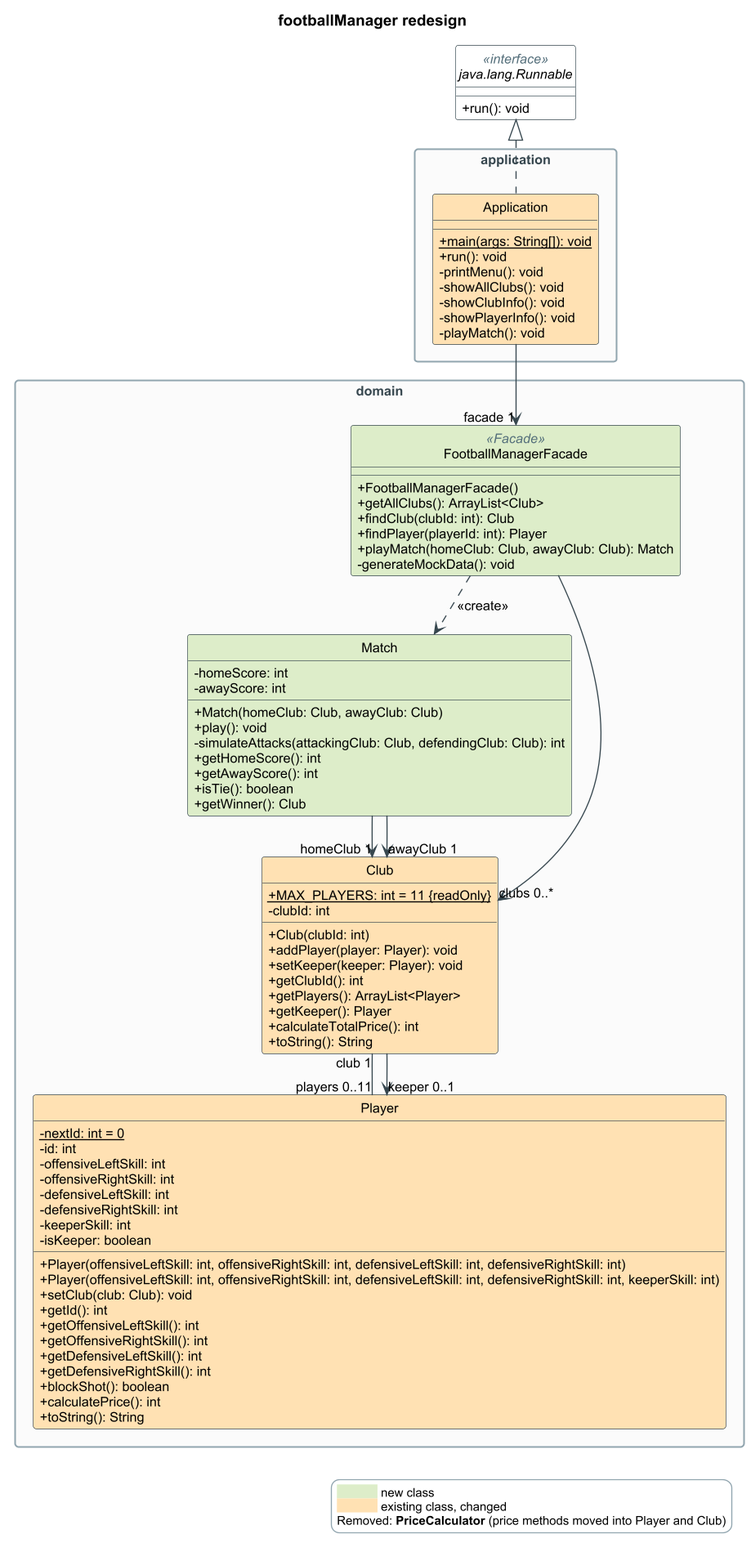
Before: week6/assignment3/diagrams/footballManager-redesign.png, a diagram exported from PlantUML (RokasPazera/system-design).
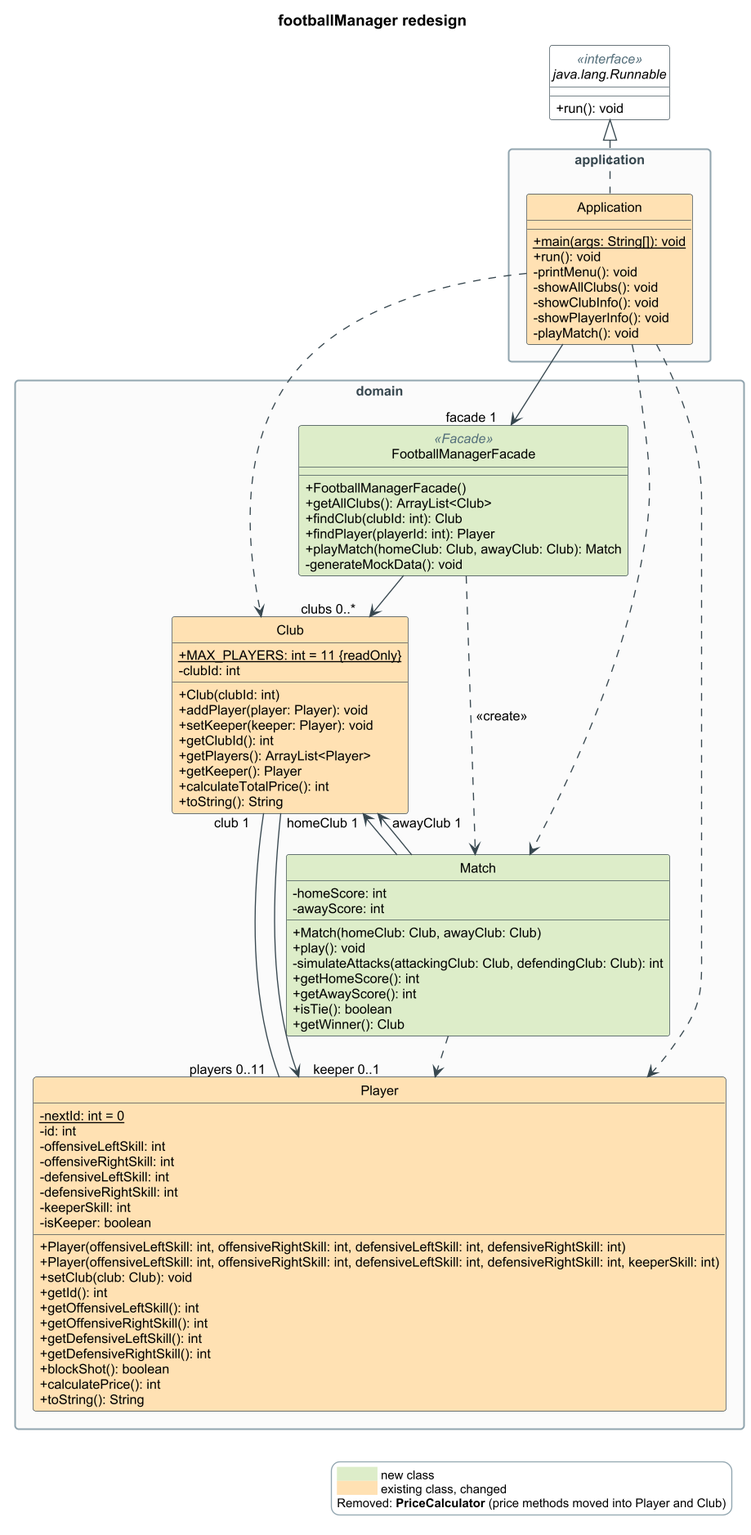
The same diagram one commit later.

Diff of the diagram source:
```diff
@@ -105,13 +105,17 @@
 }
 
 Runnable <|.. Application
-Application --> "facade 1" FootballManagerFacade
-FootballManagerFacade --> "clubs 0..*" Club
+Application --> "facade 1&#8195;" FootballManagerFacade
+FootballManagerFacade --> "clubs 0..*&#8195;" Club
 FootballManagerFacade ..> Match : <<create>>
-Match --> "homeClub 1" Club
-Match --> "awayClub 1" Club
-Club "club 1" -- "players 0..11" Player
-Club --> "keeper 0..1" Player
+Match -up-> "homeClub 1&#160;" Club
+Match -up-> "&#8195;awayClub 1" Club
+Match ..> Player
+Club "club 1&#8195;" -- "players 0..11&#8195;" Player
+Club --> "&#8195;keeper 0..1" Player
+Application ..> Match
+Application ..> Club
+Application ..> Player
 
 legend right
   <back:#DCEDC8><color:#DCEDC8>XXXXX</color></back> new class
```
